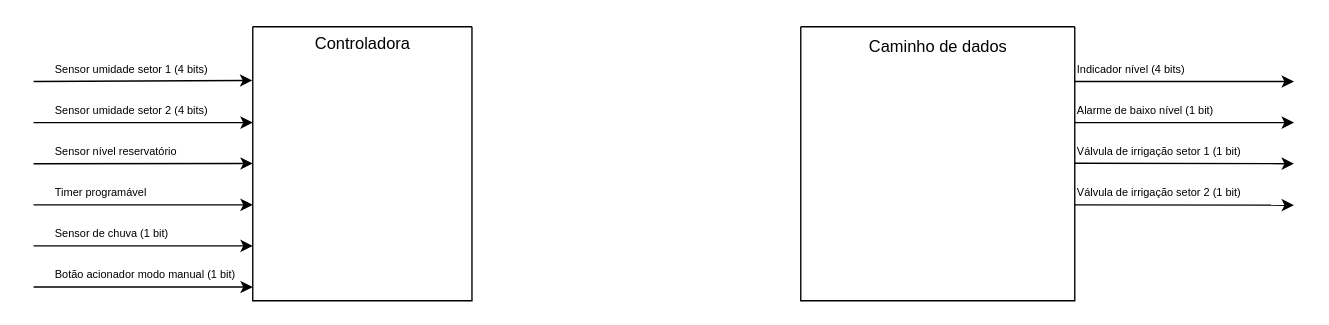
Before: docs/diagramas.drawio in bbiancalopess/fsm-sistema-irrigacao, a draw.io diagram. Source tidied: cells renumbered, new cells numbered last; positions are measured from the earlier drawing's top-left corner, leaving out a move shared by most shapes. Both pictures are drawn from the tidied source at 137%, with x=0, y=0 at pixel (33, 23).
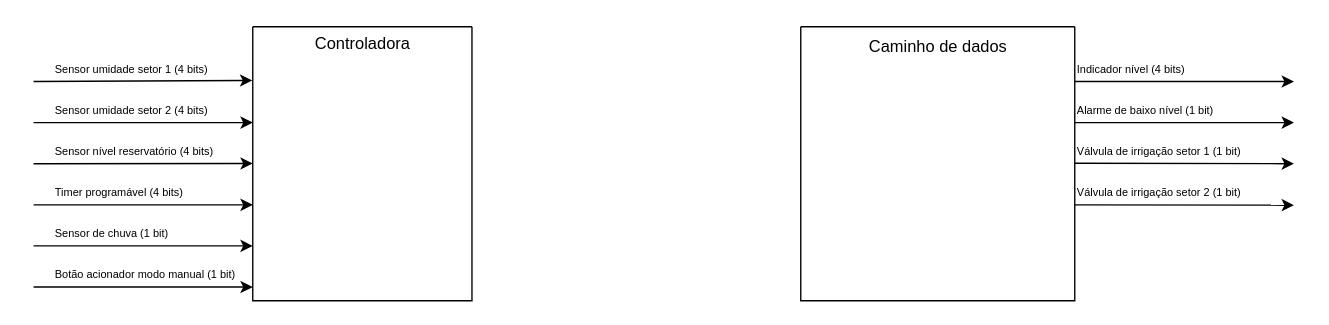
After the change.

The edit, as a diff of the source:
```diff
@@
-    <mxCell id="17" value="&lt;font style=&quot;font-size: 8px;&quot;&gt;Sensor nível reservatório&lt;/font&gt;" style="text;html=1;align=left;verticalAlign=middle;strokeColor=none;fillColor=none;" parent="1" vertex="1">
-      <mxGeometry x="14" y="77" width="110" height="30" as="geometry" />
+    <mxCell id="17" value="&lt;font style=&quot;font-size: 8px;&quot;&gt;Sensor nível reservatório&amp;nbsp;&lt;/font&gt;&lt;span style=&quot;font-size: 8px;&quot;&gt;(4 bits)&lt;/span&gt;" style="text;html=1;align=left;verticalAlign=middle;strokeColor=none;fillColor=none;" parent="1" vertex="1">
+      <mxGeometry x="14" y="77" width="140" height="30" as="geometry" />
     </mxCell>
-    <mxCell id="18" value="&lt;font style=&quot;font-size: 8px;&quot;&gt;Timer programável&lt;/font&gt;" style="text;html=1;align=left;verticalAlign=middle;strokeColor=none;fillColor=none;" parent="1" vertex="1">
-      <mxGeometry x="14" y="107" width="90" height="30" as="geometry" />
+    <mxCell id="18" value="&lt;font style=&quot;font-size: 8px;&quot;&gt;Timer programável (4 bits)&lt;/font&gt;" style="text;html=1;align=left;verticalAlign=middle;strokeColor=none;fillColor=none;" parent="1" vertex="1">
+      <mxGeometry x="14" y="107" width="120" height="30" as="geometry" />
     </mxCell>
```
